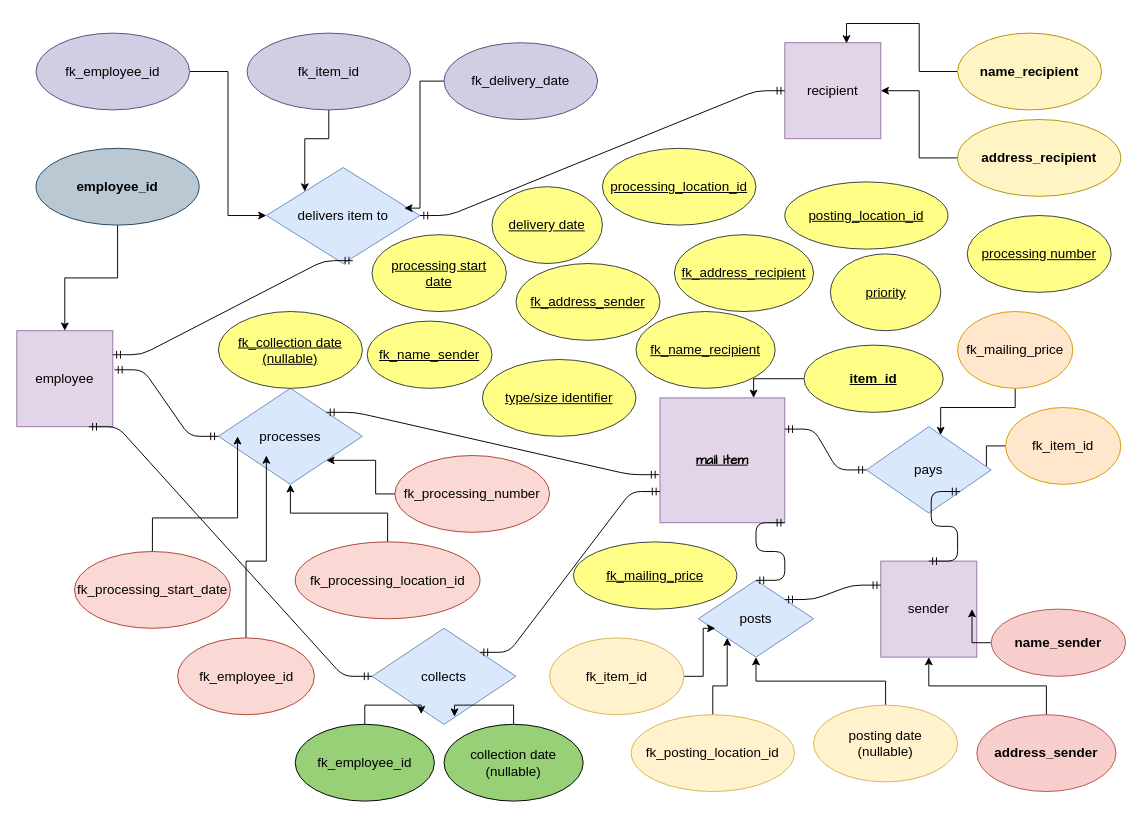
Before: database_development_CR09/ERdiagram_CR09.drawio in Carina20/CFLMS-Carina-CodeReview-09, a draw.io diagram. Source tidied: cells renumbered, new cells numbered last; positions are measured from the earlier drawing's top-left corner, leaving out a move shared by most shapes. Both pictures are drawn from the tidied source at 96%, with x=0, y=0 at pixel (16, 33).
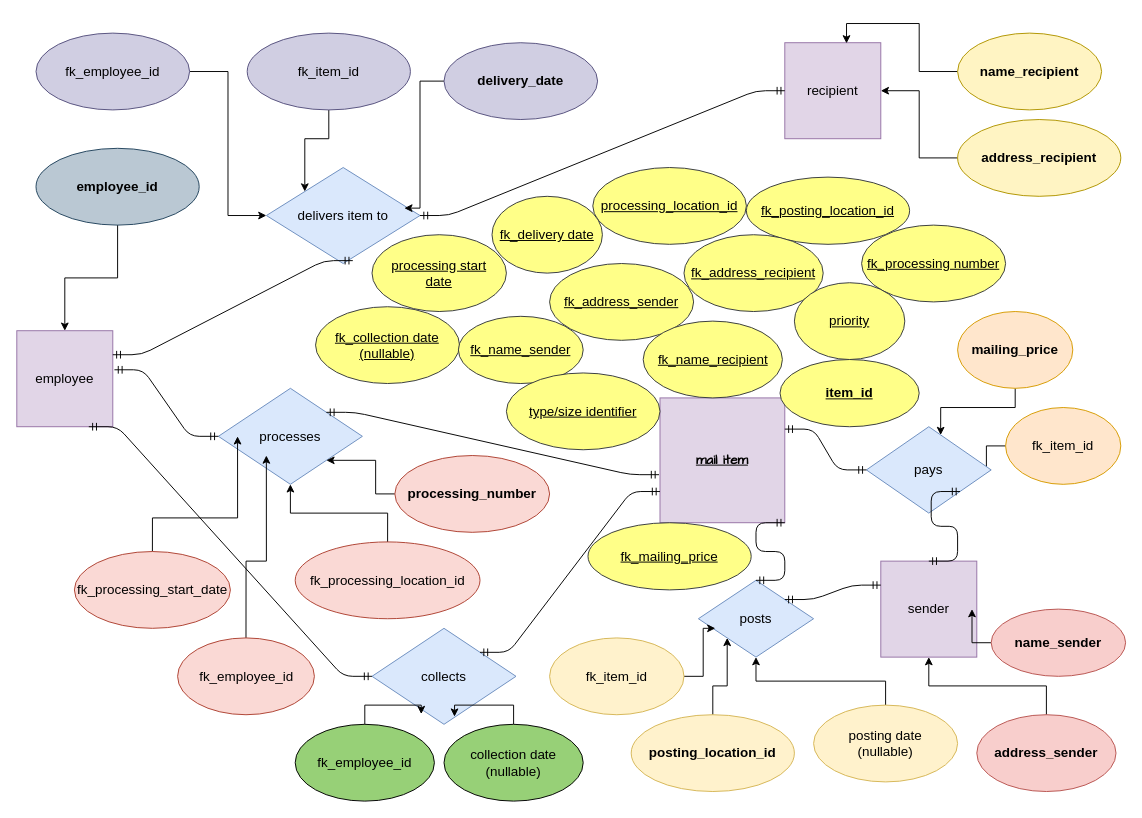
The same diagram, later.

The change refers to these unchanged cells:
```xml
<mxCell id="2" value="mail item" style="whiteSpace=wrap;html=1;fontSize=14;fillColor=#e1d5e7;strokeColor=#9673a6;fontFamily=Comic Sans MS;fontStyle=5;" parent="1" vertex="1">
  <mxGeometry x="670" y="380" width="130" height="130" as="geometry" />
</mxCell>
```

What changed in the source:
```diff
@@
-    <mxCell id="9" value="fk_mailing_price" style="ellipse;whiteSpace=wrap;html=1;fontSize=14;fillColor=#ffe6cc;strokeColor=#d79b00;" parent="1" vertex="1">
+    <mxCell id="9" value="&lt;b&gt;mailing_price&lt;/b&gt;" style="ellipse;whiteSpace=wrap;html=1;fontSize=14;fillColor=#ffe6cc;strokeColor=#d79b00;" parent="1" vertex="1">
       <mxGeometry x="980" y="290" width="120" height="80" as="geometry" />
     </mxCell>
@@
-    <mxCell id="36" value="fk_delivery_date" style="ellipse;whiteSpace=wrap;html=1;fontSize=14;fillColor=#d0cee2;strokeColor=#56517e;" parent="1" vertex="1">
+    <mxCell id="36" value="&lt;b&gt;delivery_date&lt;/b&gt;" style="ellipse;whiteSpace=wrap;html=1;fontSize=14;fillColor=#d0cee2;strokeColor=#56517e;" parent="1" vertex="1">
       <mxGeometry x="445" y="10" width="160" height="80" as="geometry" />
     </mxCell>
@@
-    <mxCell id="40" value="fk_posting_location_id" style="ellipse;whiteSpace=wrap;html=1;fontSize=14;fillColor=#fff2cc;strokeColor=#d6b656;" parent="1" vertex="1">
+    <mxCell id="40" value="&lt;b&gt;posting_location_id&lt;/b&gt;" style="ellipse;whiteSpace=wrap;html=1;fontSize=14;fillColor=#fff2cc;strokeColor=#d6b656;" parent="1" vertex="1">
       <mxGeometry x="640" y="710" width="170" height="80" as="geometry" />
     </mxCell>
@@
-    <mxCell id="52" value="fk_processing_number" style="ellipse;whiteSpace=wrap;html=1;fontSize=14;fillColor=#fad9d5;strokeColor=#ae4132;" parent="1" vertex="1">
+    <mxCell id="52" value="&lt;b&gt;processing_number&lt;/b&gt;" style="ellipse;whiteSpace=wrap;html=1;fontSize=14;fillColor=#fad9d5;strokeColor=#ae4132;" parent="1" vertex="1">
       <mxGeometry x="393.8" y="440" width="161.2" height="80" as="geometry" />
     </mxCell>
@@
-    <mxCell id="60" value="posting_location_id" style="ellipse;whiteSpace=wrap;html=1;fontSize=14;fillColor=#ffff88;strokeColor=#36393d;fontStyle=4;" parent="1" vertex="1">
-      <mxGeometry x="800" y="155" width="170" height="70" as="geometry" />
+    <mxCell id="60" value="fk_posting_location_id" style="ellipse;whiteSpace=wrap;html=1;fontSize=14;fillColor=#ffff88;strokeColor=#36393d;fontStyle=4;" parent="1" vertex="1">
+      <mxGeometry x="760" y="150" width="170" height="70" as="geometry" />
     </mxCell>
     <mxCell id="61" value="processing_location_id" style="ellipse;whiteSpace=wrap;html=1;fontSize=14;fillColor=#ffff88;strokeColor=#36393d;fontStyle=4;" parent="1" vertex="1">
-      <mxGeometry x="610" y="120" width="160" height="80" as="geometry" />
+      <mxGeometry x="600" y="140" width="160" height="80" as="geometry" />
     </mxCell>
-    <mxCell id="62" value="delivery date" style="ellipse;whiteSpace=wrap;html=1;fontSize=14;fillColor=#ffff88;strokeColor=#36393d;fontStyle=4;" parent="1" vertex="1">
-      <mxGeometry x="495" y="160" width="115" height="80" as="geometry" />
+    <mxCell id="62" value="fk_delivery date" style="ellipse;whiteSpace=wrap;html=1;fontSize=14;fillColor=#ffff88;strokeColor=#36393d;fontStyle=4;" parent="1" vertex="1">
+      <mxGeometry x="495" y="170" width="115" height="80" as="geometry" />
     </mxCell>
-    <mxCell id="63" value="processing number" style="ellipse;whiteSpace=wrap;html=1;fontSize=14;fillColor=#ffff88;strokeColor=#36393d;fontStyle=4;" parent="1" vertex="1">
-      <mxGeometry x="990" y="190" width="150" height="80" as="geometry" />
+    <mxCell id="63" value="fk_processing number" style="ellipse;whiteSpace=wrap;html=1;fontSize=14;fillColor=#ffff88;strokeColor=#36393d;fontStyle=4;" parent="1" vertex="1">
+      <mxGeometry x="880" y="200" width="150" height="80" as="geometry" />
     </mxCell>
     <mxCell id="64" value="fk_collection date&lt;br&gt;(nullable)" style="ellipse;whiteSpace=wrap;html=1;fontSize=14;fillColor=#ffff88;strokeColor=#36393d;fontStyle=4;" parent="1" vertex="1">
-      <mxGeometry x="210" y="290" width="150" height="80" as="geometry" />
+      <mxGeometry x="311.2" y="285" width="150" height="80" as="geometry" />
     </mxCell>
-    <mxCell id="65" style="edgeStyle=orthogonalEdgeStyle;rounded=0;jettySize=auto;html=1;entryX=0.75;entryY=0;entryDx=0;entryDy=0;fontFamily=Comic Sans MS;fontSize=14;fontColor=#000000;" parent="1" edge="1" source="66" target="2">
-      <mxGeometry relative="1" as="geometry" />
-    </mxCell>
     <mxCell id="66" value="item_id" style="ellipse;whiteSpace=wrap;html=1;fontSize=14;fontStyle=5;fillColor=#ffff88;strokeColor=#36393d;" parent="1" vertex="1">
-      <mxGeometry x="820" y="325" width="145" height="70" as="geometry" />
+      <mxGeometry x="795" y="340" width="145" height="70" as="geometry" />
     </mxCell>
     <mxCell id="67" value="fk_address_recipient" style="ellipse;whiteSpace=wrap;html=1;fontSize=14;fillColor=#ffff88;strokeColor=#36393d;fontStyle=4;" parent="1" vertex="1">
-      <mxGeometry x="685" y="210" width="145" height="80" as="geometry" />
+      <mxGeometry x="695" y="210" width="145" height="80" as="geometry" />
     </mxCell>
     <mxCell id="68" value="fk_address_sender" style="ellipse;whiteSpace=wrap;html=1;fontSize=14;rotation=0;fillColor=#ffff88;strokeColor=#36393d;fontStyle=4;" parent="1" vertex="1">
-      <mxGeometry x="520" y="240" width="150" height="80" as="geometry" />
+      <mxGeometry x="555" y="240" width="150" height="80" as="geometry" />
     </mxCell>
     <mxCell id="69" value="fk_name_sender" style="ellipse;whiteSpace=wrap;html=1;fontSize=14;rotation=0;fillColor=#ffff88;strokeColor=#36393d;fontStyle=4;" parent="1" vertex="1">
-      <mxGeometry x="365" y="300" width="130" height="70" as="geometry" />
+      <mxGeometry x="460" y="295" width="130" height="70" as="geometry" />
     </mxCell>
     <mxCell id="70" value="fk_name_recipient" style="ellipse;whiteSpace=wrap;html=1;fontSize=14;fillColor=#ffff88;strokeColor=#36393d;fontStyle=4;" parent="1" vertex="1">
-      <mxGeometry x="645" y="290" width="145" height="80" as="geometry" />
+      <mxGeometry x="652.5" y="300" width="145" height="80" as="geometry" />
     </mxCell>
     <mxCell id="71" value="fk_mailing_price" style="ellipse;whiteSpace=wrap;html=1;fontSize=14;rotation=0;fillColor=#ffff88;strokeColor=#36393d;fontStyle=4;" parent="1" vertex="1">
-      <mxGeometry x="580" y="530" width="170" height="70" as="geometry" />
+      <mxGeometry x="595" y="510" width="170" height="70" as="geometry" />
     </mxCell>
     <mxCell id="72" value="type/size identifier" style="ellipse;whiteSpace=wrap;html=1;fontSize=14;rotation=0;fillColor=#ffff88;strokeColor=#36393d;fontStyle=4;" parent="1" vertex="1">
-      <mxGeometry x="485" y="340" width="160" height="80" as="geometry" />
+      <mxGeometry x="510" y="354" width="160" height="80" as="geometry" />
     </mxCell>
     <mxCell id="73" value="priority" style="ellipse;whiteSpace=wrap;html=1;fontSize=14;fillColor=#ffff88;strokeColor=#36393d;fontStyle=4;" parent="1" vertex="1">
-      <mxGeometry x="847.5" y="230" width="115" height="80" as="geometry" />
+      <mxGeometry x="810" y="260" width="115" height="80" as="geometry" />
     </mxCell>
```
